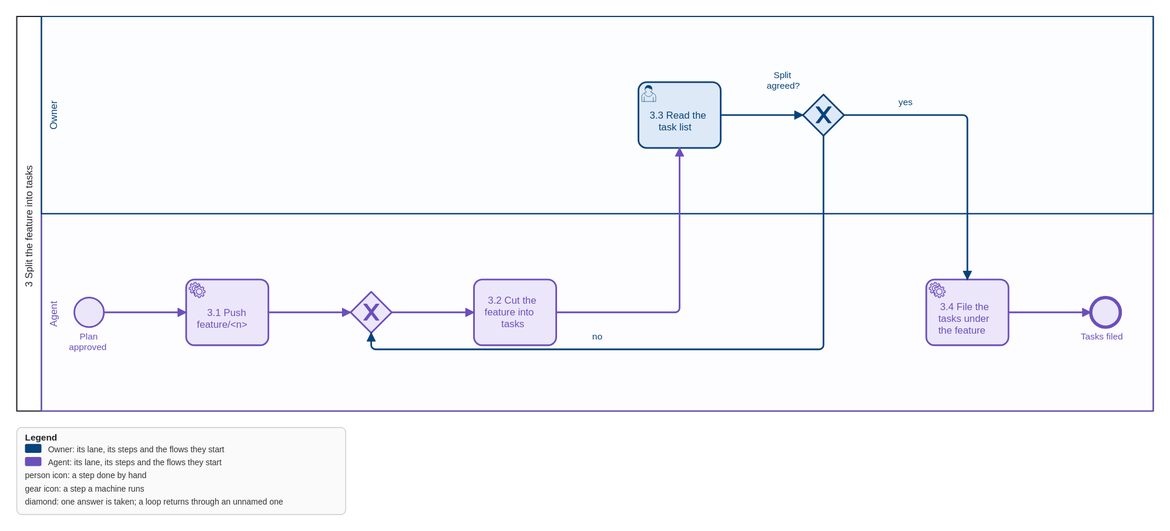
Before: openspec/changes/feature-flow/models/split.svg, a diagram exported from BPMN (qsmark-labs/qsm-marketplace). Its source is kept beside it as openspec/changes/feature-flow/models/split.bpmn. Ids are renumbered. Source of this version:
```xml
<bpmn:definitions xmlns:bioc="http://bpmn.io/schema/bpmn/biocolor/1.0" xmlns:color="http://www.omg.org/spec/BPMN/non-normative/color/1.0" xmlns:bpmn="http://www.omg.org/spec/BPMN/20100524/MODEL" xmlns:bpmndi="http://www.omg.org/spec/BPMN/20100524/DI" xmlns:dc="http://www.omg.org/spec/DD/20100524/DC" xmlns:di="http://www.omg.org/spec/DD/20100524/DI" id="split_defs" targetNamespace="https://github.com/qsmark-labs/qsm-marketplace">
  <bpmn:collaboration id="split_collab">
    <bpmn:participant id="split_pool" name="3 Split the feature into tasks" processRef="split_process" />
  </bpmn:collaboration>
  <bpmn:process id="split_process" name="3 Split the feature into tasks" isExecutable="false">
    <bpmn:laneSet id="laneset">
      <bpmn:lane id="lane_0" name="Owner">
        <bpmn:flowNodeRef>read</bpmn:flowNodeRef>
        <bpmn:flowNodeRef>agreed</bpmn:flowNodeRef>
      </bpmn:lane>
      <bpmn:lane id="lane_1" name="Agent">
        <bpmn:flowNodeRef>approved</bpmn:flowNodeRef>
        <bpmn:flowNodeRef>push</bpmn:flowNodeRef>
        <bpmn:flowNodeRef>cutJoin</bpmn:flowNodeRef>
        <bpmn:flowNodeRef>cut</bpmn:flowNodeRef>
        <bpmn:flowNodeRef>file</bpmn:flowNodeRef>
        <bpmn:flowNodeRef>filed</bpmn:flowNodeRef>
      </bpmn:lane>
    </bpmn:laneSet>
    <bpmn:startEvent id="approved" name="Plan approved">
      <bpmn:outgoing>f_approved_push</bpmn:outgoing>
    </bpmn:startEvent>
    <bpmn:serviceTask id="push" name="3.1 Push feature/&#60;n&#62;">
      <bpmn:incoming>f_approved_push</bpmn:incoming>
      <bpmn:outgoing>f_push_cutJoin</bpmn:outgoing>
    </bpmn:serviceTask>
    <bpmn:exclusiveGateway id="cutJoin">
      <bpmn:incoming>f_push_cutJoin</bpmn:incoming>
      <bpmn:incoming>f_agreed_cutJoin</bpmn:incoming>
      <bpmn:outgoing>f_cutJoin_cut</bpmn:outgoing>
    </bpmn:exclusiveGateway>
    <bpmn:task id="cut" name="3.2 Cut the feature into tasks">
      <bpmn:incoming>f_cutJoin_cut</bpmn:incoming>
      <bpmn:outgoing>f_cut_read</bpmn:outgoing>
    </bpmn:task>
    <bpmn:userTask id="read" name="3.3 Read the task list">
      <bpmn:incoming>f_cut_read</bpmn:incoming>
      <bpmn:outgoing>f_read_agreed</bpmn:outgoing>
    </bpmn:userTask>
    <bpmn:exclusiveGateway id="agreed" name="Split agreed?">
      <bpmn:incoming>f_read_agreed</bpmn:incoming>
      <bpmn:outgoing>f_agreed_file</bpmn:outgoing>
      <bpmn:outgoing>f_agreed_cutJoin</bpmn:outgoing>
    </bpmn:exclusiveGateway>
    <bpmn:serviceTask id="file" name="3.4 File the tasks under the feature">
      <bpmn:incoming>f_agreed_file</bpmn:incoming>
      <bpmn:outgoing>f_file_filed</bpmn:outgoing>
    </bpmn:serviceTask>
    <bpmn:endEvent id="filed" name="Tasks filed">
      <bpmn:incoming>f_file_filed</bpmn:incoming>
    </bpmn:endEvent>
    <bpmn:sequenceFlow id="f_approved_push" sourceRef="approved" targetRef="push" />
    <bpmn:sequenceFlow id="f_push_cutJoin" sourceRef="push" targetRef="cutJoin" />
    <bpmn:sequenceFlow id="f_cutJoin_cut" sourceRef="cutJoin" targetRef="cut" />
    <bpmn:sequenceFlow id="f_cut_read" sourceRef="cut" targetRef="read" />
    <bpmn:sequenceFlow id="f_read_agreed" sourceRef="read" targetRef="agreed" />
    <bpmn:sequenceFlow id="f_agreed_file" name="yes" sourceRef="agreed" targetRef="file" />
    <bpmn:sequenceFlow id="f_agreed_cutJoin" name="no" sourceRef="agreed" targetRef="cutJoin" />
    <bpmn:sequenceFlow id="f_file_filed" sourceRef="file" targetRef="filed" />
  </bpmn:process>
  <bpmndi:BPMNDiagram id="BPMNDiagram_split_collab">
    <bpmndi:BPMNPlane id="BPMNPlane_split_collab" bpmnElement="split_collab">
      <bpmndi:BPMNShape id="BPMNShape_split_pool" bpmnElement="split_pool" isHorizontal="true">
        <dc:Bounds x="80" y="80" width="1382" height="480" />
      </bpmndi:BPMNShape>
      <bpmndi:BPMNShape id="BPMNShape_lane_0" bpmnElement="lane_0" bioc:stroke="#08427b" bioc:fill="#f3f7fc" color:border-color="#08427b" color:background-color="#f3f7fc" isHorizontal="true">
        <dc:Bounds x="110" y="80" width="1352" height="240" />
      </bpmndi:BPMNShape>
      <bpmndi:BPMNShape id="BPMNShape_lane_1" bpmnElement="lane_1" bioc:stroke="#6b4fbb" bioc:fill="#f8f6fd" color:border-color="#6b4fbb" color:background-color="#f8f6fd" isHorizontal="true">
        <dc:Bounds x="110" y="320" width="1352" height="240" />
      </bpmndi:BPMNShape>
      <bpmndi:BPMNShape id="BPMNShape_approved" bpmnElement="approved" bioc:stroke="#6b4fbb" bioc:fill="#ebe5fa" color:border-color="#6b4fbb" color:background-color="#ebe5fa">
        <dc:Bounds x="150" y="422" width="36" height="36" />
        <bpmndi:BPMNLabel>
          <dc:Bounds x="138" y="463" width="60" height="28" />
        </bpmndi:BPMNLabel>
      </bpmndi:BPMNShape>
      <bpmndi:BPMNShape id="BPMNShape_push" bpmnElement="push" bioc:stroke="#6b4fbb" bioc:fill="#ebe5fa" color:border-color="#6b4fbb" color:background-color="#ebe5fa">
        <dc:Bounds x="286" y="400" width="100" height="80" />
      </bpmndi:BPMNShape>
      <bpmndi:BPMNShape id="BPMNShape_cutJoin" bpmnElement="cutJoin" bioc:stroke="#6b4fbb" bioc:fill="#ebe5fa" color:border-color="#6b4fbb" color:background-color="#ebe5fa" isMarkerVisible="true">
        <dc:Bounds x="486" y="415" width="50" height="50" />
      </bpmndi:BPMNShape>
      <bpmndi:BPMNShape id="BPMNShape_cut" bpmnElement="cut" bioc:stroke="#6b4fbb" bioc:fill="#ebe5fa" color:border-color="#6b4fbb" color:background-color="#ebe5fa">
        <dc:Bounds x="636" y="400" width="100" height="80" />
      </bpmndi:BPMNShape>
      <bpmndi:BPMNShape id="BPMNShape_read" bpmnElement="read" bioc:stroke="#08427b" bioc:fill="#dce8f6" color:border-color="#08427b" color:background-color="#dce8f6">
        <dc:Bounds x="836" y="160" width="100" height="80" />
      </bpmndi:BPMNShape>
      <bpmndi:BPMNShape id="BPMNShape_agreed" bpmnElement="agreed" bioc:stroke="#08427b" bioc:fill="#dce8f6" color:border-color="#08427b" color:background-color="#dce8f6" isMarkerVisible="true">
        <dc:Bounds x="1036" y="175" width="50" height="50" />
        <bpmndi:BPMNLabel>
          <dc:Bounds x="987" y="145" width="53" height="28" />
        </bpmndi:BPMNLabel>
      </bpmndi:BPMNShape>
      <bpmndi:BPMNShape id="BPMNShape_file" bpmnElement="file" bioc:stroke="#6b4fbb" bioc:fill="#ebe5fa" color:border-color="#6b4fbb" color:background-color="#ebe5fa">
        <dc:Bounds x="1186" y="400" width="100" height="80" />
      </bpmndi:BPMNShape>
      <bpmndi:BPMNShape id="BPMNShape_filed" bpmnElement="filed" bioc:stroke="#6b4fbb" bioc:fill="#ebe5fa" color:border-color="#6b4fbb" color:background-color="#ebe5fa">
        <dc:Bounds x="1386" y="422" width="36" height="36" />
        <bpmndi:BPMNLabel>
          <dc:Bounds x="1364" y="463" width="80" height="14" />
        </bpmndi:BPMNLabel>
      </bpmndi:BPMNShape>
      <bpmndi:BPMNEdge id="BPMNEdge_f_approved_push" bpmnElement="f_approved_push" bioc:stroke="#6b4fbb" color:border-color="#6b4fbb">
        <di:waypoint x="186" y="440" />
        <di:waypoint x="286" y="440" />
      </bpmndi:BPMNEdge>
      <bpmndi:BPMNEdge id="BPMNEdge_f_push_cutJoin" bpmnElement="f_push_cutJoin" bioc:stroke="#6b4fbb" color:border-color="#6b4fbb">
        <di:waypoint x="386" y="440" />
        <di:waypoint x="486" y="440" />
      </bpmndi:BPMNEdge>
      <bpmndi:BPMNEdge id="BPMNEdge_f_cutJoin_cut" bpmnElement="f_cutJoin_cut" bioc:stroke="#6b4fbb" color:border-color="#6b4fbb">
        <di:waypoint x="536" y="440" />
        <di:waypoint x="636" y="440" />
      </bpmndi:BPMNEdge>
      <bpmndi:BPMNEdge id="BPMNEdge_f_cut_read" bpmnElement="f_cut_read" bioc:stroke="#6b4fbb" color:border-color="#6b4fbb">
        <di:waypoint x="736" y="440" />
        <di:waypoint x="886" y="440" />
        <di:waypoint x="886" y="240" />
      </bpmndi:BPMNEdge>
      <bpmndi:BPMNEdge id="BPMNEdge_f_read_agreed" bpmnElement="f_read_agreed" bioc:stroke="#08427b" color:border-color="#08427b">
        <di:waypoint x="936" y="200" />
        <di:waypoint x="1036" y="200" />
      </bpmndi:BPMNEdge>
      <bpmndi:BPMNEdge id="BPMNEdge_f_agreed_file" bpmnElement="f_agreed_file" bioc:stroke="#08427b" color:border-color="#08427b">
        <di:waypoint x="1086" y="200" />
        <di:waypoint x="1236" y="200" />
        <di:waypoint x="1236" y="400" />
        <bpmndi:BPMNLabel>
          <dc:Bounds x="1149" y="178" width="25" height="14" />
        </bpmndi:BPMNLabel>
      </bpmndi:BPMNEdge>
      <bpmndi:BPMNEdge id="BPMNEdge_f_file_filed" bpmnElement="f_file_filed" bioc:stroke="#6b4fbb" color:border-color="#6b4fbb">
        <di:waypoint x="1286" y="440" />
        <di:waypoint x="1386" y="440" />
      </bpmndi:BPMNEdge>
      <bpmndi:BPMNEdge id="BPMNEdge_f_agreed_cutJoin" bpmnElement="f_agreed_cutJoin" bioc:stroke="#08427b" color:border-color="#08427b">
        <di:waypoint x="1061" y="225" />
        <di:waypoint x="1061" y="485" />
        <di:waypoint x="511" y="485" />
        <di:waypoint x="511" y="465" />
        <bpmndi:BPMNLabel>
          <dc:Bounds x="777" y="463" width="18" height="14" />
        </bpmndi:BPMNLabel>
      </bpmndi:BPMNEdge>
    </bpmndi:BPMNPlane>
  </bpmndi:BPMNDiagram>
</bpmn:definitions>
```
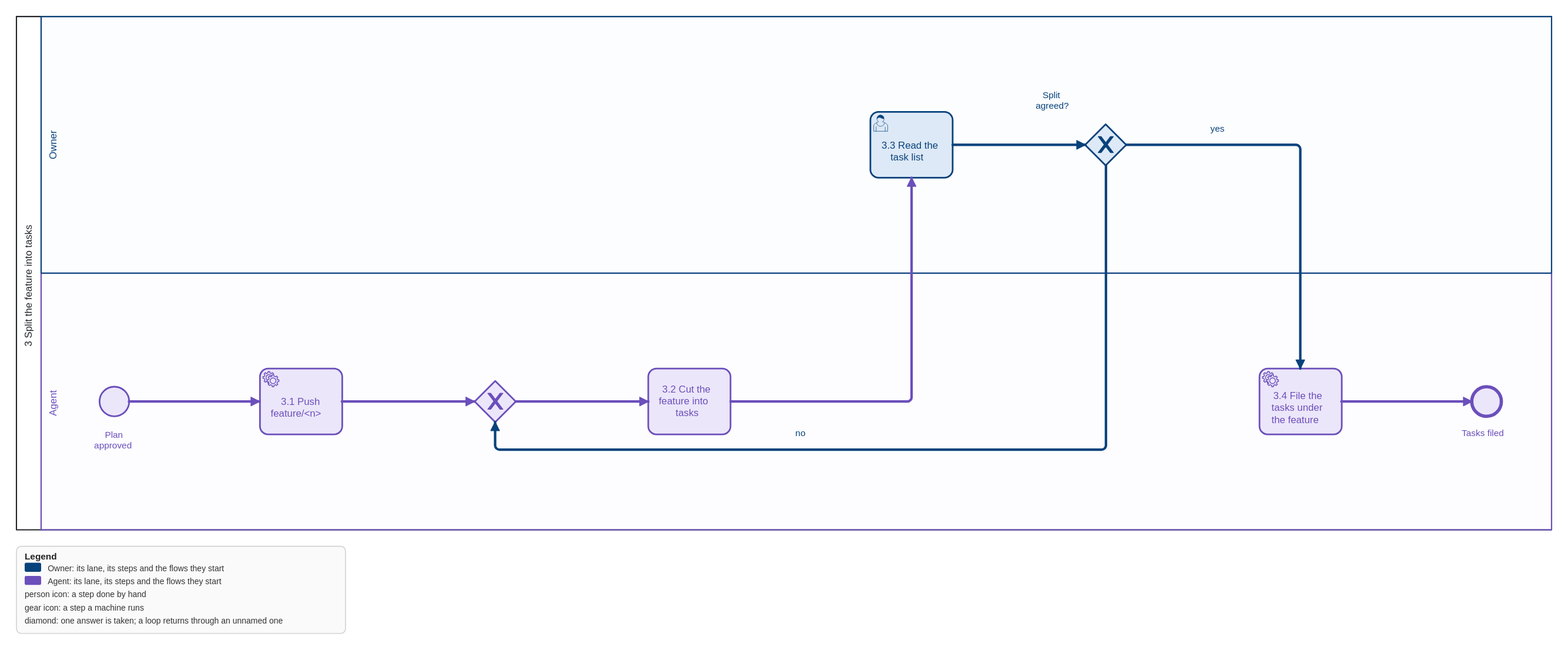
After the change.

The edit, as a diff of the source:
```diff
@@ -61,89 +61,55 @@
   <bpmndi:BPMNDiagram id="BPMNDiagram_split_collab">
     <bpmndi:BPMNPlane id="BPMNPlane_split_collab" bpmnElement="split_collab">
       <bpmndi:BPMNShape id="BPMNShape_split_pool" bpmnElement="split_pool" isHorizontal="true">
-        <dc:Bounds x="80" y="80" width="1382" height="480" />
+        <dc:Bounds x="80" y="80" width="1865.7" height="624" />
       </bpmndi:BPMNShape>
       <bpmndi:BPMNShape id="BPMNShape_lane_0" bpmnElement="lane_0" bioc:stroke="#08427b" bioc:fill="#f3f7fc" color:border-color="#08427b" color:background-color="#f3f7fc" isHorizontal="true">
-        <dc:Bounds x="110" y="80" width="1352" height="240" />
+        <dc:Bounds x="110" y="80" width="1835.7" height="312" />
       </bpmndi:BPMNShape>
       <bpmndi:BPMNShape id="BPMNShape_lane_1" bpmnElement="lane_1" bioc:stroke="#6b4fbb" bioc:fill="#f8f6fd" color:border-color="#6b4fbb" color:background-color="#f8f6fd" isHorizontal="true">
-        <dc:Bounds x="110" y="320" width="1352" height="240" />
+        <dc:Bounds x="110" y="392" width="1835.7" height="312" />
       </bpmndi:BPMNShape>
       <bpmndi:BPMNShape id="BPMNShape_approved" bpmnElement="approved" bioc:stroke="#6b4fbb" bioc:fill="#ebe5fa" color:border-color="#6b4fbb" color:background-color="#ebe5fa">
-        <dc:Bounds x="150" y="422" width="36" height="36" />
+        <dc:Bounds x="180.8" y="530" width="36" height="36" />
         <bpmndi:BPMNLabel>
-          <dc:Bounds x="138" y="463" width="60" height="28" />
+          <dc:Bounds x="168.8" y="582.1" width="60" height="28" />
         </bpmndi:BPMNLabel>
       </bpmndi:BPMNShape>
       <bpmndi:BPMNShape id="BPMNShape_push" bpmnElement="push" bioc:stroke="#6b4fbb" bioc:fill="#ebe5fa" color:border-color="#6b4fbb" color:background-color="#ebe5fa">
-        <dc:Bounds x="286" y="400" width="100" height="80" />
+        <dc:Bounds x="375.6" y="508" width="100" height="80" />
       </bpmndi:BPMNShape>
       <bpmndi:BPMNShape id="BPMNShape_cutJoin" bpmnElement="cutJoin" bioc:stroke="#6b4fbb" bioc:fill="#ebe5fa" color:border-color="#6b4fbb" color:background-color="#ebe5fa" isMarkerVisible="true">
-        <dc:Bounds x="486" y="415" width="50" height="50" />
+        <dc:Bounds x="636.85" y="523" width="50" height="50" />
       </bpmndi:BPMNShape>
       <bpmndi:BPMNShape id="BPMNShape_cut" bpmnElement="cut" bioc:stroke="#6b4fbb" bioc:fill="#ebe5fa" color:border-color="#6b4fbb" color:background-color="#ebe5fa">
-        <dc:Bounds x="636" y="400" width="100" height="80" />
+        <dc:Bounds x="848.1" y="508" width="100" height="80" />
       </bpmndi:BPMNShape>
       <bpmndi:BPMNShape id="BPMNShape_read" bpmnElement="read" bioc:stroke="#08427b" bioc:fill="#dce8f6" color:border-color="#08427b" color:background-color="#dce8f6">
-        <dc:Bounds x="836" y="160" width="100" height="80" />
+        <dc:Bounds x="1118.1000000000001" y="196" width="100" height="80" />
       </bpmndi:BPMNShape>
       <bpmndi:BPMNShape id="BPMNShape_agreed" bpmnElement="agreed" bioc:stroke="#08427b" bioc:fill="#dce8f6" color:border-color="#08427b" color:background-color="#dce8f6" isMarkerVisible="true">
-        <dc:Bounds x="1036" y="175" width="50" height="50" />
+        <dc:Bounds x="1379.3500000000001" y="211" width="50" height="50" />
         <bpmndi:BPMNLabel>
-          <dc:Bounds x="987" y="145" width="53" height="28" />
+          <dc:Bounds x="1313.7250000000001" y="168.7" width="53" height="28" />
         </bpmndi:BPMNLabel>
       </bpmndi:BPMNShape>
       <bpmndi:BPMNShape id="BPMNShape_file" bpmnElement="file" bioc:stroke="#6b4fbb" bioc:fill="#ebe5fa" color:border-color="#6b4fbb" color:background-color="#ebe5fa">
-        <dc:Bounds x="1186" y="400" width="100" height="80" />
+        <dc:Bounds x="1590.6000000000001" y="508" width="100" height="80" />
       </bpmndi:BPMNShape>
       <bpmndi:BPMNShape id="BPMNShape_filed" bpmnElement="filed" bioc:stroke="#6b4fbb" bioc:fill="#ebe5fa" color:border-color="#6b4fbb" color:background-color="#ebe5fa">
-        <dc:Bounds x="1386" y="422" width="36" height="36" />
+        <dc:Bounds x="1849.4" y="530" width="36" height="36" />
         <bpmndi:BPMNLabel>
-          <dc:Bounds x="1364" y="463" width="80" height="14" />
+          <dc:Bounds x="1827.4" y="580" width="80" height="14" />
         </bpmndi:BPMNLabel>
       </bpmndi:BPMNShape>
-      <bpmndi:BPMNEdge id="BPMNEdge_f_approved_push" bpmnElement="f_approved_push" bioc:stroke="#6b4fbb" color:border-color="#6b4fbb">
-        <di:waypoint x="186" y="440" />
-        <di:waypoint x="286" y="440" />
-      </bpmndi:BPMNEdge>
-      <bpmndi:BPMNEdge id="BPMNEdge_f_push_cutJoin" bpmnElement="f_push_cutJoin" bioc:stroke="#6b4fbb" color:border-color="#6b4fbb">
-        <di:waypoint x="386" y="440" />
-        <di:waypoint x="486" y="440" />
-      </bpmndi:BPMNEdge>
-      <bpmndi:BPMNEdge id="BPMNEdge_f_cutJoin_cut" bpmnElement="f_cutJoin_cut" bioc:stroke="#6b4fbb" color:border-color="#6b4fbb">
-        <di:waypoint x="536" y="440" />
-        <di:waypoint x="636" y="440" />
-      </bpmndi:BPMNEdge>
-      <bpmndi:BPMNEdge id="BPMNEdge_f_cut_read" bpmnElement="f_cut_read" bioc:stroke="#6b4fbb" color:border-color="#6b4fbb">
-        <di:waypoint x="736" y="440" />
-        <di:waypoint x="886" y="440" />
-        <di:waypoint x="886" y="240" />
-      </bpmndi:BPMNEdge>
-      <bpmndi:BPMNEdge id="BPMNEdge_f_read_agreed" bpmnElement="f_read_agreed" bioc:stroke="#08427b" color:border-color="#08427b">
-        <di:waypoint x="936" y="200" />
-        <di:waypoint x="1036" y="200" />
-      </bpmndi:BPMNEdge>
-      <bpmndi:BPMNEdge id="BPMNEdge_f_agreed_file" bpmnElement="f_agreed_file" bioc:stroke="#08427b" color:border-color="#08427b">
-        <di:waypoint x="1086" y="200" />
-        <di:waypoint x="1236" y="200" />
-        <di:waypoint x="1236" y="400" />
-        <bpmndi:BPMNLabel>
-          <dc:Bounds x="1149" y="178" width="25" height="14" />
-        </bpmndi:BPMNLabel>
-      </bpmndi:BPMNEdge>
-      <bpmndi:BPMNEdge id="BPMNEdge_f_file_filed" bpmnElement="f_file_filed" bioc:stroke="#6b4fbb" color:border-color="#6b4fbb">
-        <di:waypoint x="1286" y="440" />
-        <di:waypoint x="1386" y="440" />
-      </bpmndi:BPMNEdge>
-      <bpmndi:BPMNEdge id="BPMNEdge_f_agreed_cutJoin" bpmnElement="f_agreed_cutJoin" bioc:stroke="#08427b" color:border-color="#08427b">
-        <di:waypoint x="1061" y="225" />
-        <di:waypoint x="1061" y="485" />
-        <di:waypoint x="511" y="485" />
-        <di:waypoint x="511" y="465" />
-        <bpmndi:BPMNLabel>
-          <dc:Bounds x="777" y="463" width="18" height="14" />
-        </bpmndi:BPMNLabel>
-      </bpmndi:BPMNEdge>
+      <bpmndi:BPMNEdge id="BPMNEdge_f_approved_push" bpmnElement="f_approved_push" bioc:stroke="#6b4fbb" color:border-color="#6b4fbb"><di:waypoint x="216.8" y="548" /><di:waypoint x="375.6" y="548" /></bpmndi:BPMNEdge>
+      <bpmndi:BPMNEdge id="BPMNEdge_f_push_cutJoin" bpmnElement="f_push_cutJoin" bioc:stroke="#6b4fbb" color:border-color="#6b4fbb"><di:waypoint x="475.6" y="548" /><di:waypoint x="636.85" y="548" /></bpmndi:BPMNEdge>
+      <bpmndi:BPMNEdge id="BPMNEdge_f_cutJoin_cut" bpmnElement="f_cutJoin_cut" bioc:stroke="#6b4fbb" color:border-color="#6b4fbb"><di:waypoint x="686.85" y="548" /><di:waypoint x="848.1" y="548" /></bpmndi:BPMNEdge>
+      <bpmndi:BPMNEdge id="BPMNEdge_f_cut_read" bpmnElement="f_cut_read" bioc:stroke="#6b4fbb" color:border-color="#6b4fbb"><di:waypoint x="948.1" y="548" /><di:waypoint x="1168.1000000000001" y="548" /><di:waypoint x="1168.1000000000001" y="276" /></bpmndi:BPMNEdge>
+      <bpmndi:BPMNEdge id="BPMNEdge_f_read_agreed" bpmnElement="f_read_agreed" bioc:stroke="#08427b" color:border-color="#08427b"><di:waypoint x="1218.1000000000001" y="236" /><di:waypoint x="1379.3500000000001" y="236" /></bpmndi:BPMNEdge>
+      <bpmndi:BPMNEdge id="BPMNEdge_f_agreed_file" bpmnElement="f_agreed_file" bioc:stroke="#08427b" color:border-color="#08427b"><di:waypoint x="1429.3500000000001" y="236" /><di:waypoint x="1640.6000000000001" y="236" /><di:waypoint x="1640.6000000000001" y="508" /><bpmndi:BPMNLabel><dc:Bounds x="1527.525" y="209.5" width="25" height="14" /></bpmndi:BPMNLabel></bpmndi:BPMNEdge>
+      <bpmndi:BPMNEdge id="BPMNEdge_f_file_filed" bpmnElement="f_file_filed" bioc:stroke="#6b4fbb" color:border-color="#6b4fbb"><di:waypoint x="1690.6000000000001" y="548" /><di:waypoint x="1849.4" y="548" /></bpmndi:BPMNEdge>
+      <bpmndi:BPMNEdge id="BPMNEdge_f_agreed_cutJoin" bpmnElement="f_agreed_cutJoin" bioc:stroke="#08427b" color:border-color="#08427b"><di:waypoint x="1404.3500000000001" y="261" /><di:waypoint x="1404.3500000000001" y="606.5" /><di:waypoint x="661.85" y="606.5" /><di:waypoint x="661.85" y="573" /><bpmndi:BPMNLabel><dc:Bounds x="1024.1" y="580" width="18" height="14" /></bpmndi:BPMNLabel></bpmndi:BPMNEdge>
     </bpmndi:BPMNPlane>
   </bpmndi:BPMNDiagram>
 </bpmn:definitions>
```
